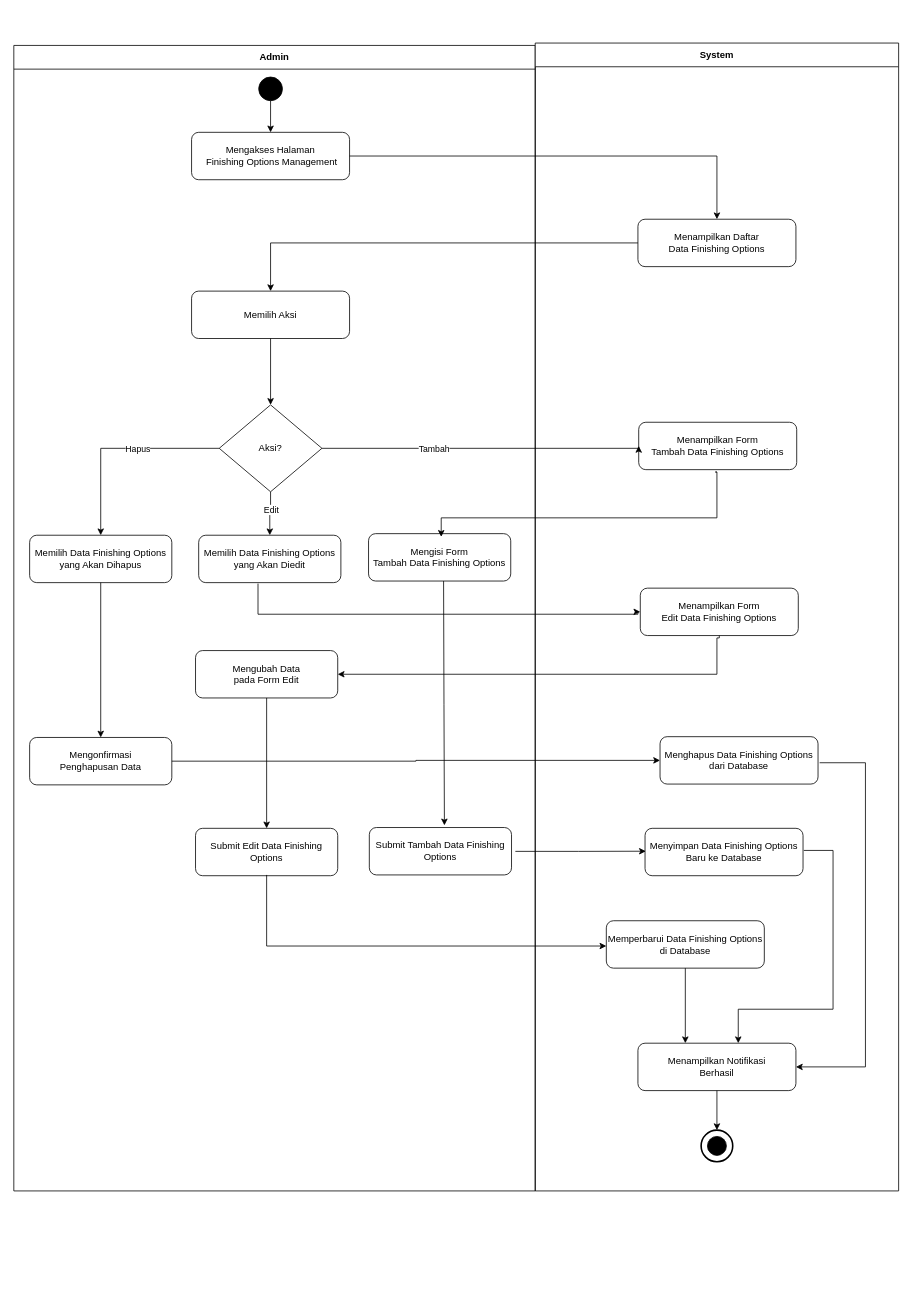
The draw.io diagram client/src/diagram/activity/AD_Admin_Mengelola_Finishing_Options.drawio in Fahrul23/BenuaKertasApps, before the edit. Source tidied: cells renumbered, new cells numbered last; positions are measured from the earlier drawing's top-left corner, leaving out a move shared by most shapes. Both pictures are drawn from the tidied source at 79%, with x=0, y=0 at pixel (13, 43).
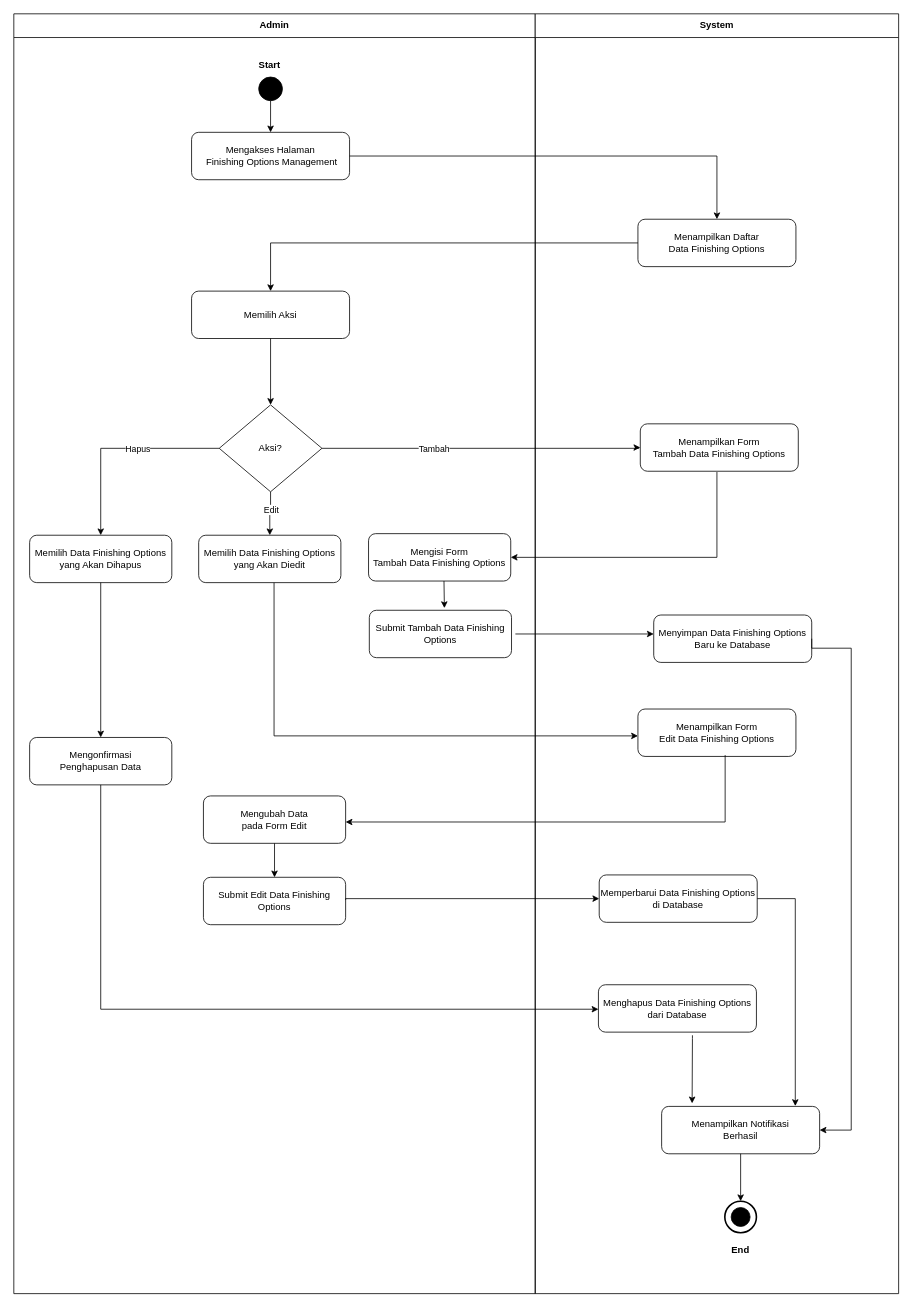
The same page after the edit.

Unchanged cells that the change refers to:
```xml
<mxCell id="21" value="Mengisi Form&lt;br&gt;Tambah Data Finishing Options" style="rounded=1;whiteSpace=wrap;html=1;fillColor=#ffffff;strokeColor=#000000;fontColor=#000000;" parent="1" vertex="1">
  <mxGeometry x="449" y="621" width="180" height="60" as="geometry" />
</mxCell>
<mxCell id="25" value="Mengonfirmasi&lt;br&gt;Penghapusan Data" style="rounded=1;whiteSpace=wrap;html=1;fillColor=#ffffff;strokeColor=#000000;fontColor=#000000;" parent="1" vertex="1">
  <mxGeometry x="20" y="879" width="180" height="60" as="geometry" />
</mxCell>
```

Change to the diagram source:
```diff
@@
     <mxCell id="2" value="Admin" style="swimlane;whiteSpace=wrap;html=1;startSize=30;fillColor=#ffffff;strokeColor=#000000;fontColor=#000000;fontStyle=1;" parent="1" vertex="1">
-      <mxGeometry y="3" width="660" height="1450" as="geometry" />
+      <mxGeometry y="-37" width="660" height="1620" as="geometry" />
     </mxCell>
     <mxCell id="3" value="Submit Tambah Data Finishing Options" style="rounded=1;whiteSpace=wrap;html=1;fillColor=#ffffff;strokeColor=#000000;fontColor=#000000;" parent="2" vertex="1">
-      <mxGeometry x="450" y="990" width="180" height="60" as="geometry" />
+      <mxGeometry x="450" y="755" width="180" height="60" as="geometry" />
     </mxCell>
@@
+    <mxCell id="47" style="edgeStyle=orthogonalEdgeStyle;rounded=0;html=1;strokeColor=#000000;" parent="2" edge="1" target="15">
+      <mxGeometry relative="1" as="geometry">
+        <mxPoint x="329.4" y="680" as="sourcePoint" />
+        <Array as="points">
+          <mxPoint x="329" y="914" />
+          <mxPoint x="790" y="914" />
+          <mxPoint x="790" y="917" />
+          <mxPoint x="793" y="917" />
+          <mxPoint x="793" y="928" />
+          <mxPoint x="817" y="928" />
+          <mxPoint x="817" y="930" />
+        </Array>
+      </mxGeometry>
+    </mxCell>
+    <mxCell id="23" value="Mengubah Data&lt;br&gt;pada Form Edit" style="rounded=1;whiteSpace=wrap;html=1;fillColor=#ffffff;strokeColor=#000000;fontColor=#000000;" parent="2" vertex="1">
+      <mxGeometry x="240" y="990" width="180" height="60" as="geometry" />
+    </mxCell>
+    <mxCell id="27" value="Submit Edit Data Finishing Options" style="rounded=1;whiteSpace=wrap;html=1;fillColor=#ffffff;strokeColor=#000000;fontColor=#000000;" parent="2" vertex="1">
+      <mxGeometry x="240" y="1093" width="180" height="60" as="geometry" />
+    </mxCell>
+    <mxCell id="43" style="edgeStyle=orthogonalEdgeStyle;rounded=0;html=1;strokeColor=#000000;exitX=0.5;exitY=1;exitDx=0;exitDy=0;entryX=0.5;entryY=0;entryDx=0;entryDy=0;" parent="2" edge="1" source="23" target="27">
+      <mxGeometry relative="1" as="geometry" />
+    </mxCell>
+    <mxCell id="48" style="edgeStyle=orthogonalEdgeStyle;rounded=0;html=1;strokeColor=#000000;exitX=1.027;exitY=0.503;exitDx=0;exitDy=0;exitPerimeter=0;entryX=0;entryY=0.5;entryDx=0;entryDy=0;" parent="2" edge="1" target="8">
+      <mxGeometry relative="1" as="geometry">
+        <mxPoint x="420" y="1121.5" as="sourcePoint" />
+        <Array as="points">
+          <mxPoint x="420" y="1120" />
+        </Array>
+      </mxGeometry>
+    </mxCell>
+    <mxCell id="49" value="&lt;b&gt;Start&lt;/b&gt;" style="text;html=1;whiteSpace=wrap;strokeColor=none;fillColor=none;align=center;verticalAlign=middle;rounded=0;" parent="2" vertex="1">
+      <mxGeometry x="294" y="50" width="60" height="30" as="geometry" />
+    </mxCell>
     <mxCell id="5" value="System" style="swimlane;whiteSpace=wrap;html=1;startSize=30;fillColor=#ffffff;strokeColor=#000000;fontColor=#000000;fontStyle=1;" parent="1" vertex="1">
-      <mxGeometry x="660" width="460" height="1453" as="geometry" />
+      <mxGeometry x="660" y="-37" width="460" height="1620" as="geometry" />
     </mxCell>
     <mxCell id="6" value="Menampilkan Form&lt;br&gt;Tambah Data Finishing Options" style="rounded=1;whiteSpace=wrap;html=1;fillColor=#ffffff;strokeColor=#000000;fontColor=#000000;" parent="5" vertex="1">
-      <mxGeometry x="131" y="480" width="200" height="60" as="geometry" />
+      <mxGeometry x="133" y="519" width="200" height="60" as="geometry" />
     </mxCell>
     <mxCell id="7" value="Menyimpan Data Finishing Options&lt;br&gt;Baru ke Database" style="rounded=1;whiteSpace=wrap;html=1;fillColor=#ffffff;strokeColor=#000000;fontColor=#000000;" parent="5" vertex="1">
-      <mxGeometry x="139" y="994" width="200" height="60" as="geometry" />
+      <mxGeometry x="150" y="761" width="200" height="60" as="geometry" />
     </mxCell>
     <mxCell id="8" value="Memperbarui Data Finishing Options&lt;br&gt;di Database" style="rounded=1;whiteSpace=wrap;html=1;fillColor=#ffffff;strokeColor=#000000;fontColor=#000000;" parent="5" vertex="1">
-      <mxGeometry x="90" y="1111" width="200" height="60" as="geometry" />
+      <mxGeometry x="81" y="1090" width="200" height="60" as="geometry" />
     </mxCell>
     <mxCell id="9" value="Menampilkan Notifikasi&lt;br&gt;Berhasil" style="rounded=1;whiteSpace=wrap;html=1;fillColor=#ffffff;strokeColor=#000000;fontColor=#000000;" parent="5" vertex="1">
-      <mxGeometry x="130" y="1266" width="200" height="60" as="geometry" />
+      <mxGeometry x="160" y="1383" width="200" height="60" as="geometry" />
     </mxCell>
     <mxCell id="10" style="ellipse;whiteSpace=wrap;html=1;strokeWidth=2;fillColor=#ffffff;strokeColor=#000000;" parent="5" vertex="1">
-      <mxGeometry x="210" y="1376" width="40" height="40" as="geometry" />
+      <mxGeometry x="240" y="1503" width="40" height="40" as="geometry" />
     </mxCell>
@@
-    <mxCell id="12" style="edgeStyle=orthogonalEdgeStyle;rounded=0;html=1;strokeColor=#000000;" parent="5" edge="1" target="9">
+    <mxCell id="12" style="edgeStyle=orthogonalEdgeStyle;rounded=0;html=1;strokeColor=#000000;exitX=1;exitY=0.5;exitDx=0;exitDy=0;entryX=1;entryY=0.5;entryDx=0;entryDy=0;" parent="5" edge="1" source="7" target="9">
       <mxGeometry relative="1" as="geometry">
-        <mxPoint x="340" y="1022" as="sourcePoint" />
         <Array as="points">
-          <mxPoint x="377" y="1022" />
-          <mxPoint x="377" y="1223" />
-          <mxPoint x="257" y="1223" />
+          <mxPoint x="350" y="803" />
+          <mxPoint x="400" y="803" />
+          <mxPoint x="400" y="1413" />
         </Array>
       </mxGeometry>
     </mxCell>
-    <mxCell id="13" style="edgeStyle=orthogonalEdgeStyle;rounded=0;html=1;strokeColor=#000000;" parent="5" edge="1" source="8" target="9">
-      <mxGeometry relative="1" as="geometry">
-        <Array as="points">
-          <mxPoint x="190" y="1290" />
-          <mxPoint x="190" y="1290" />
-        </Array>
-      </mxGeometry>
-    </mxCell>
@@
     <mxCell id="15" value="Menampilkan Form&lt;br&gt;Edit Data Finishing Options" style="rounded=1;whiteSpace=wrap;html=1;fillColor=#ffffff;strokeColor=#000000;fontColor=#000000;" parent="5" vertex="1">
-      <mxGeometry x="133" y="690" width="200" height="60" as="geometry" />
+      <mxGeometry x="130" y="880" width="200" height="60" as="geometry" />
     </mxCell>
+    <mxCell id="26" value="Menghapus Data Finishing Options&lt;br&gt;dari Database" style="rounded=1;whiteSpace=wrap;html=1;fillColor=#ffffff;strokeColor=#000000;fontColor=#000000;" parent="5" vertex="1">
+      <mxGeometry x="80" y="1229" width="200" height="60" as="geometry" />
+    </mxCell>
+    <mxCell id="50" style="edgeStyle=orthogonalEdgeStyle;rounded=0;html=1;strokeColor=#000000;entryX=0.193;entryY=-0.065;entryDx=0;entryDy=0;entryPerimeter=0;" parent="5" edge="1" target="9">
+      <mxGeometry relative="1" as="geometry">
+        <mxPoint x="199" y="1293" as="sourcePoint" />
+        <Array as="points">
+          <mxPoint x="199" y="1297" />
+          <mxPoint x="199" y="1297" />
+        </Array>
+      </mxGeometry>
+    </mxCell>
+    <mxCell id="13" style="edgeStyle=orthogonalEdgeStyle;rounded=0;html=1;strokeColor=#000000;exitX=1;exitY=0.5;exitDx=0;exitDy=0;entryX=0.846;entryY=-0.008;entryDx=0;entryDy=0;entryPerimeter=0;" parent="5" edge="1" source="8" target="9">
+      <mxGeometry relative="1" as="geometry">
+        <Array as="points">
+          <mxPoint x="329" y="1120" />
+        </Array>
+      </mxGeometry>
+    </mxCell>
+    <mxCell id="51" value="&lt;b&gt;End&lt;/b&gt;" style="text;html=1;whiteSpace=wrap;strokeColor=none;fillColor=none;align=center;verticalAlign=middle;rounded=0;" parent="5" vertex="1">
+      <mxGeometry x="230" y="1550" width="60" height="30" as="geometry" />
+    </mxCell>
@@
-    <mxCell id="23" value="Mengubah Data&lt;br&gt;pada Form Edit" style="rounded=1;whiteSpace=wrap;html=1;fillColor=#ffffff;strokeColor=#000000;fontColor=#000000;" parent="1" vertex="1">
-      <mxGeometry x="230" y="769" width="180" height="60" as="geometry" />
-    </mxCell>
@@
-    <mxCell id="26" value="Menghapus Data Finishing Options&lt;br&gt;dari Database" style="rounded=1;whiteSpace=wrap;html=1;fillColor=#ffffff;strokeColor=#000000;fontColor=#000000;" parent="1" vertex="1">
-      <mxGeometry x="818" y="878" width="200" height="60" as="geometry" />
-    </mxCell>
-    <mxCell id="27" value="Submit Edit Data Finishing Options" style="rounded=1;whiteSpace=wrap;html=1;fillColor=#ffffff;strokeColor=#000000;fontColor=#000000;" parent="1" vertex="1">
-      <mxGeometry x="230" y="994" width="180" height="60" as="geometry" />
-    </mxCell>
@@
-    <mxCell id="38" style="edgeStyle=orthogonalEdgeStyle;rounded=0;html=1;strokeColor=#000000;" parent="1" edge="1">
+    <mxCell id="38" style="edgeStyle=orthogonalEdgeStyle;rounded=0;html=1;strokeColor=#000000;entryX=1;entryY=0.5;entryDx=0;entryDy=0;" parent="1" edge="1" target="21">
       <mxGeometry relative="1" as="geometry">
         <mxPoint x="890" y="543" as="sourcePoint" />
-        <mxPoint x="541" y="625" as="targetPoint" />
         <Array as="points">
-          <mxPoint x="888" y="543" />
-          <mxPoint x="890" y="543" />
-          <mxPoint x="890" y="601" />
-          <mxPoint x="541" y="601" />
+          <mxPoint x="890" y="651" />
         </Array>
       </mxGeometry>
     </mxCell>
-    <mxCell id="39" style="edgeStyle=orthogonalEdgeStyle;rounded=0;html=1;strokeColor=#000000;exitX=0.467;exitY=0.97;exitDx=0;exitDy=0;exitPerimeter=0;entryX=0;entryY=0.5;entryDx=0;entryDy=0;" parent="1" edge="1" target="15">
-      <mxGeometry relative="1" as="geometry">
-        <mxPoint x="309.1" y="684.2" as="sourcePoint" />
-        <Array as="points">
-          <mxPoint x="309" y="723" />
-          <mxPoint x="790" y="723" />
-          <mxPoint x="790" y="720" />
-        </Array>
-      </mxGeometry>
-    </mxCell>
-    <mxCell id="40" style="edgeStyle=orthogonalEdgeStyle;rounded=0;html=1;strokeColor=#000000;entryX=1;entryY=0.5;entryDx=0;entryDy=0;exitX=0.5;exitY=1;exitDx=0;exitDy=0;" parent="1" edge="1" source="15" target="23">
-      <mxGeometry relative="1" as="geometry">
-        <Array as="points">
-          <mxPoint x="890" y="753" />
-          <mxPoint x="890" y="799" />
-        </Array>
-      </mxGeometry>
-    </mxCell>
@@
-    <mxCell id="42" style="edgeStyle=orthogonalEdgeStyle;rounded=0;html=1;strokeColor=#000000;exitX=1;exitY=0.5;exitDx=0;exitDy=0;entryX=0;entryY=0.5;entryDx=0;entryDy=0;" parent="1" edge="1" source="25" target="26">
-      <mxGeometry relative="1" as="geometry" />
+    <mxCell id="42" style="edgeStyle=orthogonalEdgeStyle;rounded=0;html=1;strokeColor=#000000;exitX=0.5;exitY=1;exitDx=0;exitDy=0;" parent="1" edge="1" source="25">
+      <mxGeometry relative="1" as="geometry">
+        <mxPoint x="740" y="1223" as="targetPoint" />
+        <Array as="points">
+          <mxPoint x="110" y="1223" />
+        </Array>
+      </mxGeometry>
     </mxCell>
-    <mxCell id="43" style="edgeStyle=orthogonalEdgeStyle;rounded=0;html=1;strokeColor=#000000;exitX=0.5;exitY=1;exitDx=0;exitDy=0;entryX=0.5;entryY=0;entryDx=0;entryDy=0;" parent="1" edge="1" source="23" target="27">
-      <mxGeometry relative="1" as="geometry" />
-    </mxCell>
-    <mxCell id="44" style="edgeStyle=orthogonalEdgeStyle;rounded=0;html=1;strokeColor=#000000;" parent="1" edge="1" target="8">
-      <mxGeometry relative="1" as="geometry">
-        <mxPoint x="320" y="1053" as="sourcePoint" />
-        <Array as="points">
-          <mxPoint x="320" y="1143" />
-        </Array>
-      </mxGeometry>
-    </mxCell>
-    <mxCell id="45" style="edgeStyle=orthogonalEdgeStyle;rounded=0;html=1;strokeColor=#000000;" parent="1" edge="1">
-      <mxGeometry relative="1" as="geometry">
-        <mxPoint x="1020" y="911" as="sourcePoint" />
-        <mxPoint x="990" y="1296" as="targetPoint" />
-        <Array as="points">
-          <mxPoint x="1078" y="911" />
-          <mxPoint x="1078" y="1296" />
-        </Array>
-      </mxGeometry>
-    </mxCell>
     <mxCell id="46" style="edgeStyle=orthogonalEdgeStyle;rounded=0;html=1;strokeColor=#000000;exitX=1.027;exitY=0.503;exitDx=0;exitDy=0;exitPerimeter=0;" parent="1" edge="1" source="3">
       <mxGeometry relative="1" as="geometry">
-        <mxPoint x="800" y="1023" as="targetPoint" />
+        <mxPoint x="810" y="748" as="targetPoint" />
+        <Array as="points">
+          <mxPoint x="810" y="748" />
+        </Array>
       </mxGeometry>
     </mxCell>
+    <mxCell id="40" style="edgeStyle=orthogonalEdgeStyle;rounded=0;html=1;strokeColor=#000000;exitX=0.552;exitY=0.972;exitDx=0;exitDy=0;exitPerimeter=0;" parent="1" edge="1" source="15" target="23">
+      <mxGeometry relative="1" as="geometry">
+        <Array as="points">
+          <mxPoint x="900" y="986" />
+        </Array>
+      </mxGeometry>
+    </mxCell>
```
